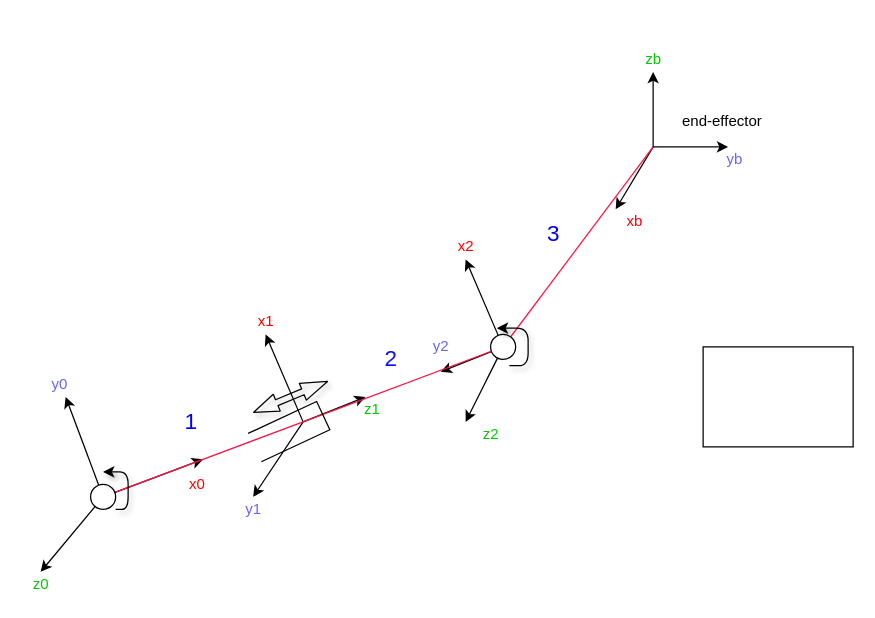
Above: Untitled Diagram.drawio in Olegario228/Master-studies (draw.io), before the change. Source tidied: cells renumbered, new cells numbered last; positions are measured from the earlier drawing's top-left corner, leaving out a move shared by most shapes. Both pictures are drawn from the tidied source at 125%, with x=0, y=0 at pixel (21, 46).
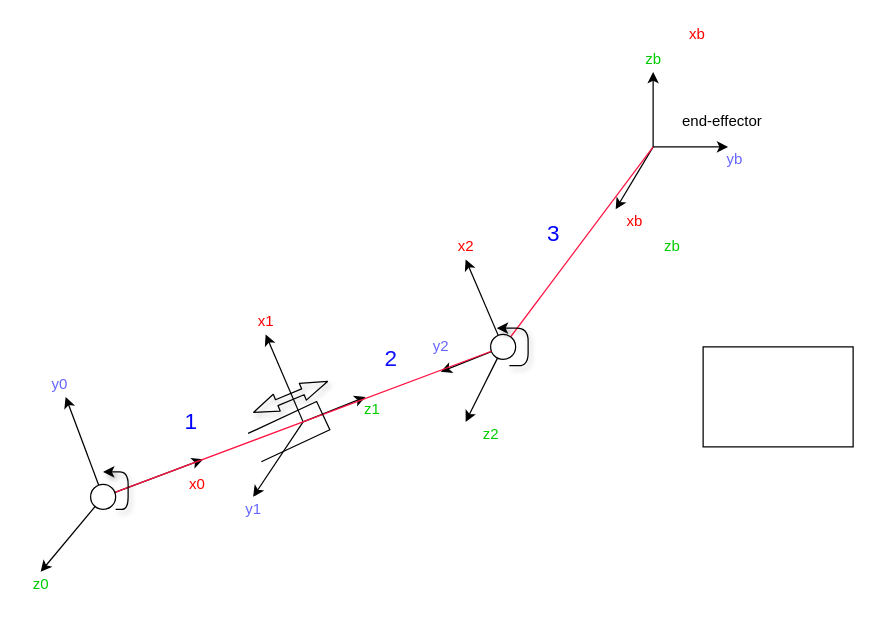
The same page after the edit.

The edit, as a diff of the source:
```diff
@@
+    <mxCell id="41" value="&lt;font color=&quot;#00cc00&quot;&gt;zb&lt;/font&gt;" style="text;html=1;align=center;verticalAlign=middle;" parent="1" vertex="1">
+      <mxGeometry x="505" y="150" width="30" height="20" as="geometry" />
+    </mxCell>
+    <mxCell id="42" value="&lt;font color=&quot;#ff0000&quot;&gt;xb&lt;/font&gt;" style="text;html=1;align=center;verticalAlign=middle;" parent="1" vertex="1">
+      <mxGeometry x="525" y="-20" width="30" height="20" as="geometry" />
+    </mxCell>
```
